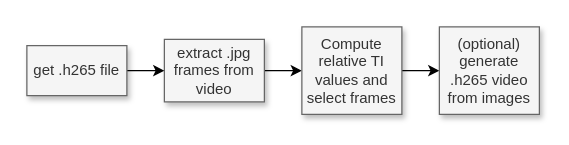
McQueen24/34241_final-project keeps this draw.io diagram as page "algo2_process" (5 of 6) of state_machine.drawio. Above is the earlier version. Source tidied: cells renumbered, new cells numbered last; positions are measured from the earlier drawing's top-left corner, leaving out a move shared by most shapes. Both pictures are drawn from the tidied source at 125%, with x=0, y=0 at pixel (26, 26).
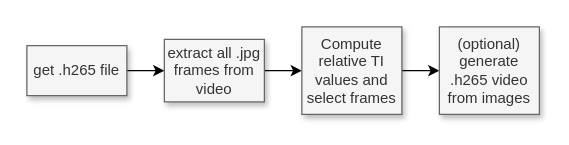
The same page after the edit.

The edit, as a diff of the source:
```diff
@@
 <mxGraphModel>
   <root>
     <mxCell id="0" />
     <mxCell id="1" parent="0" />
     <mxCell id="2" style="edgeStyle=orthogonalEdgeStyle;rounded=0;jettySize=auto;html=1;" parent="1" edge="1" source="3" target="7">
       <mxGeometry relative="1" as="geometry" />
     </mxCell>
-    <mxCell id="3" value="extract .jpg frames from video" style="whiteSpace=wrap;html=1;rounded=0;fillColor=#f5f5f5;fontColor=#333333;strokeColor=#666666;shadow=1;direction=east;" parent="1" vertex="1">
+    <mxCell id="3" value="extract all .jpg frames from video" style="whiteSpace=wrap;html=1;rounded=0;fillColor=#f5f5f5;fontColor=#333333;strokeColor=#666666;shadow=1;direction=east;" parent="1" vertex="1">
       <mxGeometry x="110" y="10" width="80" height="50" as="geometry" />
     </mxCell>
     <mxCell id="4" style="edgeStyle=orthogonalEdgeStyle;rounded=0;jettySize=auto;html=1;" parent="1" edge="1" source="5" target="3">
       <mxGeometry relative="1" as="geometry" />
     </mxCell>
     <mxCell id="5" value="get .h265 file" style="whiteSpace=wrap;html=1;rounded=0;fillColor=#f5f5f5;fontColor=#333333;strokeColor=#666666;shadow=1;direction=east;" parent="1" vertex="1">
       <mxGeometry y="15" width="80" height="40" as="geometry" />
     </mxCell>
     <mxCell id="6" style="edgeStyle=orthogonalEdgeStyle;rounded=0;jettySize=auto;html=1;" parent="1" edge="1" source="7" target="8">
       <mxGeometry relative="1" as="geometry" />
     </mxCell>
     <mxCell id="7" value="Compute relative TI values and select frames" style="whiteSpace=wrap;html=1;rounded=0;fillColor=#f5f5f5;fontColor=#333333;strokeColor=#666666;shadow=1;direction=east;" parent="1" vertex="1">
       <mxGeometry x="220" width="80" height="70" as="geometry" />
     </mxCell>
     <mxCell id="8" value="(optional)&lt;br&gt;generate .h265 video from images" style="whiteSpace=wrap;html=1;rounded=0;fillColor=#f5f5f5;fontColor=#333333;strokeColor=#666666;shadow=1;direction=east;" parent="1" vertex="1">
       <mxGeometry x="330" width="80" height="70" as="geometry" />
     </mxCell>
   </root>
 </mxGraphModel>
```
